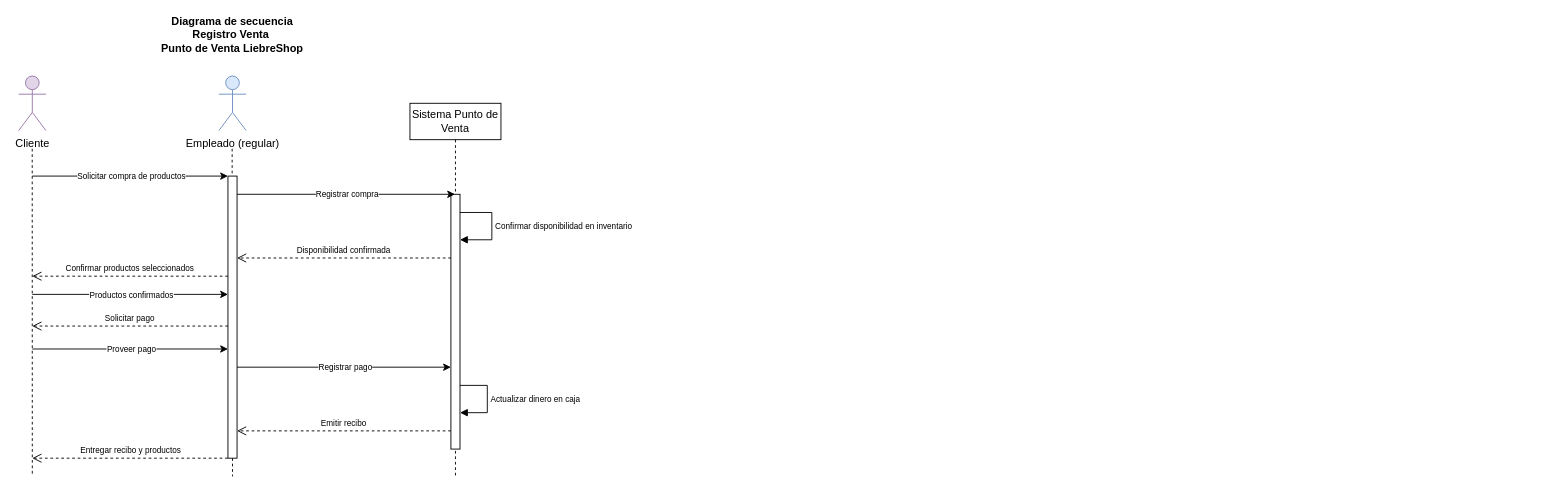
misiomishi/itcj keeps this draw.io diagram as Diagrama de secuencia Ing. Software.drawio. Above is the earlier version. Source tidied: cells renumbered, new cells numbered last; positions are measured from the earlier drawing's top-left corner, leaving out a move shared by most shapes. Both pictures are drawn from the tidied source at 91%, with x=0, y=0 at pixel (18, 21).
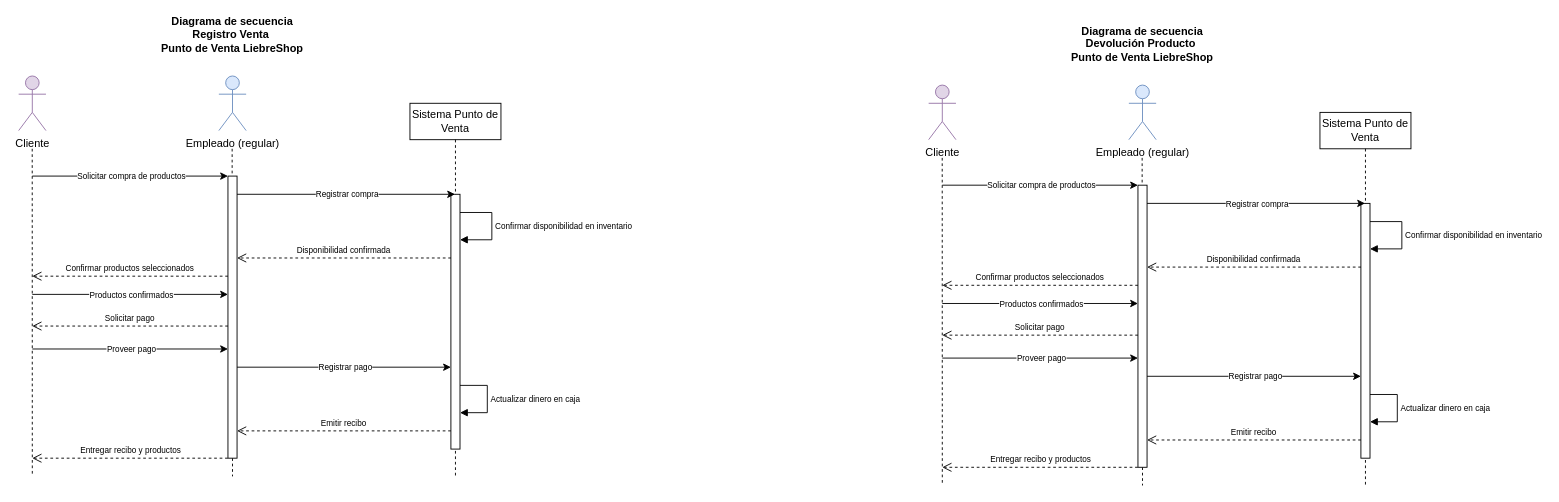
After the change.

Diff of the diagram source:
```diff
@@
+    <mxCell id="28" value="Empleado (regular)" style="shape=umlActor;verticalLabelPosition=bottom;verticalAlign=top;html=1;fillColor=#dae8fc;strokeColor=#6c8ebf;" parent="1" vertex="1">
+      <mxGeometry x="1220" y="70" width="30" height="60" as="geometry" />
+    </mxCell>
+    <mxCell id="29" value="Cliente" style="shape=umlActor;verticalLabelPosition=bottom;verticalAlign=top;html=1;fillColor=#e1d5e7;strokeColor=#9673a6;" parent="1" vertex="1">
+      <mxGeometry x="1000" y="70" width="30" height="60" as="geometry" />
+    </mxCell>
+    <mxCell id="30" value="Sistema Punto de Venta" style="shape=umlLifeline;perimeter=lifelinePerimeter;whiteSpace=wrap;html=1;outlineConnect=0;portConstraint=eastwest;newEdgeStyle={&quot;curved&quot;:0,&quot;rounded&quot;:0};" parent="1" vertex="1">
+      <mxGeometry x="1430" y="100" width="100" height="410" as="geometry" />
+    </mxCell>
+    <mxCell id="31" style="html=1;points=[[0,0,0,0,5],[0,1,0,0,-5],[1,0,0,0,5],[1,1,0,0,-5]];perimeter=orthogonalPerimeter;outlineConnect=0;targetShapes=umlLifeline;portConstraint=eastwest;newEdgeStyle={&quot;curved&quot;:0,&quot;rounded&quot;:0};" parent="30" vertex="1">
+      <mxGeometry x="45" y="100" width="10" height="280" as="geometry" />
+    </mxCell>
+    <mxCell id="32" value="&lt;font style=&quot;font-size: 9px;&quot;&gt;Confirmar disponibilidad en inventario&lt;/font&gt;" style="html=1;align=left;spacingLeft=2;endArrow=block;rounded=0;edgeStyle=orthogonalEdgeStyle;curved=0;rounded=0;" parent="30" edge="1">
+      <mxGeometry relative="1" as="geometry">
+        <mxPoint x="55" y="120" as="sourcePoint" />
+        <mxPoint x="55" y="150" as="targetPoint" />
+        <Array as="points">
+          <mxPoint x="90" y="120" />
+          <mxPoint x="90" y="150" />
+        </Array>
+      </mxGeometry>
+    </mxCell>
+    <mxCell id="33" value="&lt;font style=&quot;font-size: 9px;&quot;&gt;Actualizar dinero en caja&lt;/font&gt;" style="html=1;align=left;spacingLeft=2;endArrow=block;rounded=0;edgeStyle=orthogonalEdgeStyle;curved=0;rounded=0;" parent="30" edge="1" source="31" target="31">
+      <mxGeometry relative="1" as="geometry">
+        <Array as="points">
+          <mxPoint x="85" y="310" />
+          <mxPoint x="85" y="340" />
+        </Array>
+      </mxGeometry>
+    </mxCell>
+    <mxCell id="34" style="endArrow=none;dashed=1;html=1;rounded=0;" parent="1" edge="1">
+      <mxGeometry relative="1" as="geometry">
+        <mxPoint x="1014.9" y="150" as="sourcePoint" />
+        <mxPoint x="1015" y="510" as="targetPoint" />
+      </mxGeometry>
+    </mxCell>
+    <mxCell id="35" style="endArrow=none;dashed=1;html=1;rounded=0;" parent="1" edge="1" source="39">
+      <mxGeometry relative="1" as="geometry">
+        <mxPoint x="1235" y="510" as="targetPoint" />
+      </mxGeometry>
+    </mxCell>
+    <mxCell id="36" style="endArrow=classic;html=1;rounded=0;" parent="1" edge="1" target="39">
+      <mxGeometry relative="1" as="geometry">
+        <mxPoint x="1015" y="180" as="sourcePoint" />
+      </mxGeometry>
+    </mxCell>
+    <mxCell id="37" value="Solicitar compra de productos" style="edgeLabel;html=1;align=center;verticalAlign=middle;fontSize=9;" parent="36" vertex="1">
+      <mxGeometry relative="1" as="geometry" />
+    </mxCell>
+    <mxCell id="38" style="endArrow=none;dashed=1;html=1;rounded=0;" parent="1" edge="1" target="39">
+      <mxGeometry relative="1" as="geometry">
+        <mxPoint x="1234.6" y="150" as="sourcePoint" />
+      </mxGeometry>
+    </mxCell>
+    <mxCell id="39" style="html=1;points=[[0,0,0,0,5],[0,1,0,0,-5],[1,0,0,0,5],[1,1,0,0,-5]];perimeter=orthogonalPerimeter;outlineConnect=0;targetShapes=umlLifeline;portConstraint=eastwest;newEdgeStyle={&quot;curved&quot;:0,&quot;rounded&quot;:0};" parent="1" vertex="1">
+      <mxGeometry x="1230" y="180" width="10" height="310" as="geometry" />
+    </mxCell>
+    <mxCell id="40" style="endArrow=classic;html=1;rounded=0;" parent="1" edge="1" target="30">
+      <mxGeometry relative="1" as="geometry">
+        <mxPoint x="1240" y="200" as="sourcePoint" />
+      </mxGeometry>
+    </mxCell>
+    <mxCell id="41" value="Registrar compra" style="edgeLabel;html=1;align=center;verticalAlign=middle;fontSize=9;" parent="40" vertex="1">
+      <mxGeometry relative="1" as="geometry" />
+    </mxCell>
+    <mxCell id="42" value="&lt;font style=&quot;font-size: 9px;&quot;&gt;Confirmar productos seleccionados&lt;/font&gt;" style="html=1;verticalAlign=bottom;endArrow=open;dashed=1;endSize=8;curved=0;rounded=0;" parent="1" edge="1">
+      <mxGeometry relative="1" as="geometry">
+        <mxPoint x="1230" y="290" as="sourcePoint" />
+        <mxPoint x="1015" y="290" as="targetPoint" />
+      </mxGeometry>
+    </mxCell>
+    <mxCell id="43" value="&lt;font style=&quot;font-size: 9px;&quot;&gt;Disponibilidad confirmada&lt;/font&gt;" style="html=1;verticalAlign=bottom;endArrow=open;dashed=1;endSize=8;curved=0;rounded=0;entryX=0.994;entryY=0.604;entryDx=0;entryDy=0;entryPerimeter=0;" parent="1" edge="1">
+      <mxGeometry relative="1" as="geometry">
+        <mxPoint x="1475.1" y="270" as="sourcePoint" />
+        <mxPoint x="1240" y="270" as="targetPoint" />
+      </mxGeometry>
+    </mxCell>
+    <mxCell id="44" style="endArrow=classic;html=1;rounded=0;" parent="1" edge="1">
+      <mxGeometry relative="1" as="geometry">
+        <mxPoint x="1015" y="310" as="sourcePoint" />
+        <mxPoint x="1230" y="310" as="targetPoint" />
+      </mxGeometry>
+    </mxCell>
+    <mxCell id="45" value="Productos confirmados" style="edgeLabel;html=1;align=center;verticalAlign=middle;fontSize=9;" parent="44" vertex="1">
+      <mxGeometry relative="1" as="geometry" />
+    </mxCell>
+    <mxCell id="46" value="&lt;font style=&quot;font-size: 9px;&quot;&gt;Solicitar pago&lt;/font&gt;" style="html=1;verticalAlign=bottom;endArrow=open;dashed=1;endSize=8;curved=0;rounded=0;" parent="1" edge="1">
+      <mxGeometry relative="1" as="geometry">
+        <mxPoint x="1230" y="344.8" as="sourcePoint" />
+        <mxPoint x="1015" y="344.8" as="targetPoint" />
+      </mxGeometry>
+    </mxCell>
+    <mxCell id="47" style="endArrow=classic;html=1;rounded=0;" parent="1" edge="1">
+      <mxGeometry relative="1" as="geometry">
+        <mxPoint x="1015" y="370" as="sourcePoint" />
+        <mxPoint x="1230" y="370" as="targetPoint" />
+      </mxGeometry>
+    </mxCell>
+    <mxCell id="48" value="Proveer pago" style="edgeLabel;html=1;align=center;verticalAlign=middle;fontSize=9;" parent="47" vertex="1">
+      <mxGeometry relative="1" as="geometry" />
+    </mxCell>
+    <mxCell id="49" style="endArrow=classic;html=1;rounded=0;" parent="1" edge="1" target="31">
+      <mxGeometry relative="1" as="geometry">
+        <mxPoint x="1240" y="390" as="sourcePoint" />
+      </mxGeometry>
+    </mxCell>
+    <mxCell id="50" value="Registrar pago" style="edgeLabel;html=1;align=center;verticalAlign=middle;fontSize=9;" parent="49" vertex="1">
+      <mxGeometry relative="1" as="geometry" />
+    </mxCell>
+    <mxCell id="51" value="&lt;font style=&quot;font-size: 9px;&quot;&gt;Emitir recibo&lt;/font&gt;" style="html=1;verticalAlign=bottom;endArrow=open;dashed=1;endSize=8;curved=0;rounded=0;" parent="1" edge="1" target="39">
+      <mxGeometry relative="1" as="geometry">
+        <mxPoint x="1475" y="460" as="sourcePoint" />
+      </mxGeometry>
+    </mxCell>
+    <mxCell id="52" value="&lt;font style=&quot;font-size: 9px;&quot;&gt;Entregar recibo y productos&lt;/font&gt;" style="html=1;verticalAlign=bottom;endArrow=open;dashed=1;endSize=8;curved=0;rounded=0;exitX=-0.015;exitY=1;exitDx=0;exitDy=0;exitPerimeter=0;" parent="1" edge="1" source="39">
+      <mxGeometry relative="1" as="geometry">
+        <mxPoint x="1015" y="490" as="targetPoint" />
+      </mxGeometry>
+    </mxCell>
+    <mxCell id="53" value="Diagrama de secuencia Devolución Producto&amp;nbsp;&lt;div&gt;Punto de Venta LiebreShop&lt;/div&gt;" style="text;html=1;align=center;verticalAlign=middle;whiteSpace=wrap;rounded=0;fontStyle=1;" parent="1" vertex="1">
+      <mxGeometry x="1150" y="10" width="170" height="30" as="geometry" />
+    </mxCell>
```
